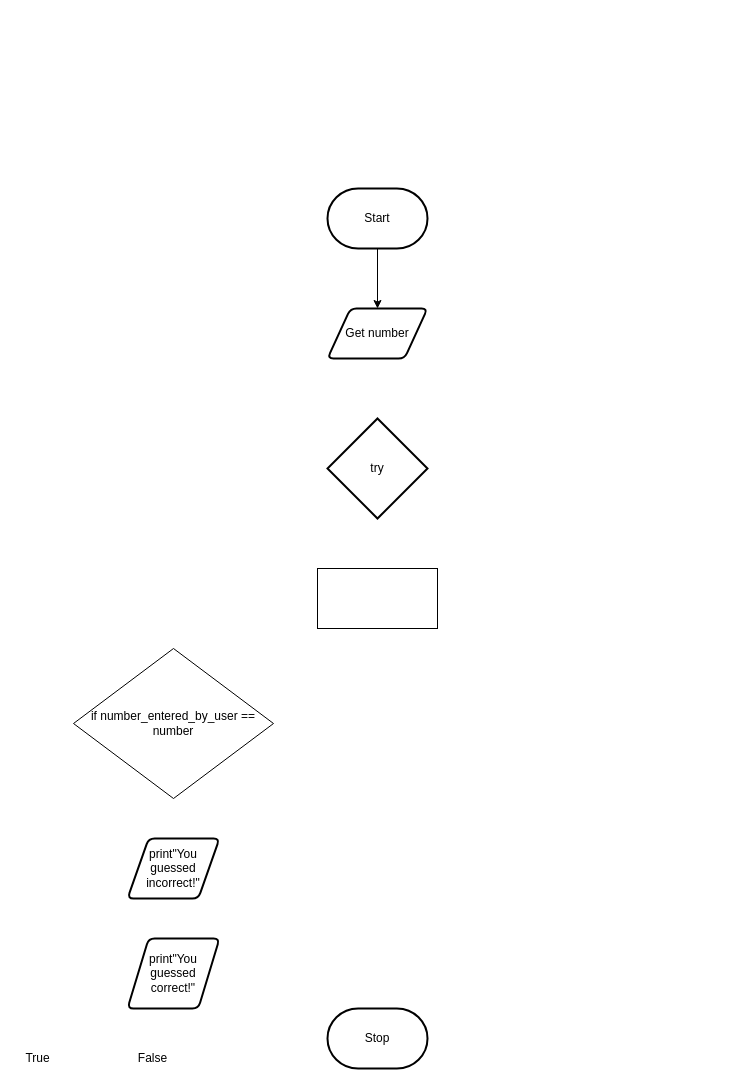
This is flowchart.drawio from michael-clermont1/ICS3U-Unit4-03-Python, a draw.io file, before an edit. Source tidied: cells renumbered, new cells numbered last; positions are measured from the earlier drawing's top-left corner, leaving out a move shared by most shapes. Both pictures are drawn from the tidied source at 100%, with x=0, y=0 at pixel (17, 188).
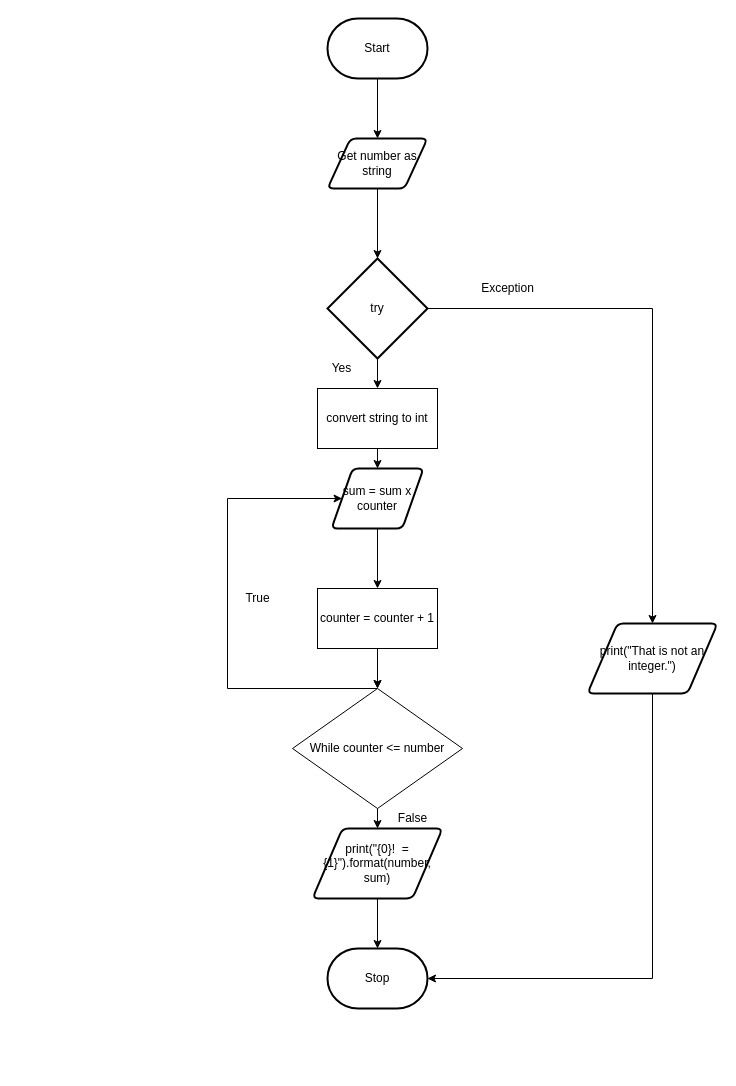
The same diagram, later.

The edit, as a diff of the source:
```diff
@@
+    <mxCell id="13" style="edgeStyle=orthogonalEdgeStyle;rounded=0;html=1;entryX=0.5;entryY=0;entryDx=0;entryDy=0;entryPerimeter=0;" parent="1" edge="1" source="2" target="23">
+      <mxGeometry relative="1" as="geometry" />
+    </mxCell>
-    <mxCell id="2" value="Get number" style="shape=parallelogram;html=1;strokeWidth=2;perimeter=parallelogramPerimeter;whiteSpace=wrap;rounded=1;arcSize=12;size=0.23;" parent="1" vertex="1">
-      <mxGeometry x="310" y="120" width="100" height="50" as="geometry" />
+    <mxCell id="2" value="Get number as string" style="shape=parallelogram;html=1;strokeWidth=2;perimeter=parallelogramPerimeter;whiteSpace=wrap;rounded=1;arcSize=12;size=0.23;" parent="1" vertex="1">
+      <mxGeometry x="310" y="-50" width="100" height="50" as="geometry" />
     </mxCell>
@@
     <mxCell id="4" value="Start" style="strokeWidth=2;html=1;shape=mxgraph.flowchart.terminator;whiteSpace=wrap;" parent="1" vertex="1">
-      <mxGeometry x="310" width="100" height="60" as="geometry" />
+      <mxGeometry x="310" y="-170" width="100" height="60" as="geometry" />
     </mxCell>
     <mxCell id="5" value="Stop" style="strokeWidth=2;html=1;shape=mxgraph.flowchart.terminator;whiteSpace=wrap;" parent="1" vertex="1">
-      <mxGeometry x="310" y="820" width="100" height="60" as="geometry" />
+      <mxGeometry x="310" y="760" width="100" height="60" as="geometry" />
     </mxCell>
-    <mxCell id="6" value="print&quot;You guessed correct!&quot;" style="shape=parallelogram;html=1;strokeWidth=2;perimeter=parallelogramPerimeter;whiteSpace=wrap;rounded=1;arcSize=12;size=0.23;" parent="1" vertex="1">
-      <mxGeometry x="110" y="750" width="92" height="70" as="geometry" />
-    </mxCell>
+    <mxCell id="14" style="edgeStyle=none;html=1;entryX=0.5;entryY=0;entryDx=0;entryDy=0;" parent="1" edge="1" source="7" target="11">
+      <mxGeometry relative="1" as="geometry" />
+    </mxCell>
-    <mxCell id="7" value="print&quot;You guessed incorrect!&quot;" style="shape=parallelogram;html=1;strokeWidth=2;perimeter=parallelogramPerimeter;whiteSpace=wrap;rounded=1;arcSize=12;size=0.23;" parent="1" vertex="1">
-      <mxGeometry x="110" y="650" width="92" height="60" as="geometry" />
+    <mxCell id="7" value="sum = sum x counter" style="shape=parallelogram;html=1;strokeWidth=2;perimeter=parallelogramPerimeter;whiteSpace=wrap;rounded=1;arcSize=12;size=0.23;" parent="1" vertex="1">
+      <mxGeometry x="314" y="280" width="92" height="60" as="geometry" />
     </mxCell>
+    <mxCell id="15" style="edgeStyle=orthogonalEdgeStyle;rounded=0;html=1;entryX=0;entryY=0.5;entryDx=0;entryDy=0;" parent="1" edge="1" source="8" target="7">
+      <mxGeometry relative="1" as="geometry">
+        <Array as="points">
+          <mxPoint x="210" y="500" />
+          <mxPoint x="210" y="310" />
+        </Array>
+      </mxGeometry>
+    </mxCell>
+    <mxCell id="16" style="edgeStyle=orthogonalEdgeStyle;rounded=0;html=1;entryX=0.5;entryY=0;entryDx=0;entryDy=0;" parent="1" edge="1" source="8" target="20">
+      <mxGeometry relative="1" as="geometry" />
+    </mxCell>
-    <mxCell id="8" value="&lt;span&gt;if number_entered_by_user == number&lt;/span&gt;" style="rhombus;whiteSpace=wrap;html=1;" parent="1" vertex="1">
-      <mxGeometry x="56" y="460" width="200" height="150" as="geometry" />
+    <mxCell id="8" value="While counter &amp;lt;= number" style="rhombus;whiteSpace=wrap;html=1;" parent="1" vertex="1">
+      <mxGeometry x="275" y="500" width="170" height="120" as="geometry" />
     </mxCell>
     <mxCell id="9" value="False" style="text;html=1;align=center;verticalAlign=middle;fillColor=none;strokeColor=none;rounded=0;" parent="1" vertex="1">
-      <mxGeometry x="110" y="860" width="50" height="20" as="geometry" />
+      <mxGeometry x="370" y="620" width="50" height="20" as="geometry" />
     </mxCell>
     <mxCell id="10" value="True" style="text;html=1;align=center;verticalAlign=middle;fillColor=none;strokeColor=none;rounded=0;" parent="1" vertex="1">
-      <mxGeometry y="860" width="40" height="20" as="geometry" />
+      <mxGeometry x="220" y="400" width="40" height="20" as="geometry" />
     </mxCell>
+    <mxCell id="17" style="edgeStyle=none;html=1;entryX=0.5;entryY=0;entryDx=0;entryDy=0;" parent="1" edge="1" source="11" target="8">
+      <mxGeometry relative="1" as="geometry" />
+    </mxCell>
+    <mxCell id="18" style="edgeStyle=orthogonalEdgeStyle;rounded=0;html=1;" parent="1" edge="1" source="11" target="8">
+      <mxGeometry relative="1" as="geometry" />
+    </mxCell>
-    <mxCell id="11" value="try" style="strokeWidth=2;html=1;shape=mxgraph.flowchart.decision;whiteSpace=wrap;" parent="1" vertex="1">
-      <mxGeometry x="310" y="230" width="100" height="100" as="geometry" />
+    <mxCell id="11" value="counter = counter + 1" style="rounded=0;whiteSpace=wrap;html=1;" parent="1" vertex="1">
+      <mxGeometry x="300" y="400" width="120" height="60" as="geometry" />
     </mxCell>
-    <mxCell id="12" style="rounded=0;whiteSpace=wrap;html=1;" parent="1" vertex="1">
-      <mxGeometry x="300" y="380" width="120" height="60" as="geometry" />
-    </mxCell>
+    <mxCell id="19" style="edgeStyle=orthogonalEdgeStyle;rounded=0;html=1;entryX=0.5;entryY=0;entryDx=0;entryDy=0;entryPerimeter=0;" parent="1" edge="1" source="20" target="5">
+      <mxGeometry relative="1" as="geometry" />
+    </mxCell>
+    <mxCell id="20" value="print(&quot;{0}!&amp;nbsp; = {1}&quot;).format(number, sum)" style="shape=parallelogram;html=1;strokeWidth=2;perimeter=parallelogramPerimeter;whiteSpace=wrap;rounded=1;arcSize=12;size=0.23;" parent="1" vertex="1">
+      <mxGeometry x="295" y="640" width="130" height="70" as="geometry" />
+    </mxCell>
+    <mxCell id="21" style="edgeStyle=orthogonalEdgeStyle;html=1;entryX=0.5;entryY=0;entryDx=0;entryDy=0;rounded=0;" parent="1" edge="1" source="23" target="26">
+      <mxGeometry relative="1" as="geometry" />
+    </mxCell>
+    <mxCell id="22" style="edgeStyle=orthogonalEdgeStyle;rounded=0;html=1;entryX=0.5;entryY=0;entryDx=0;entryDy=0;" parent="1" edge="1" source="23" target="29">
+      <mxGeometry relative="1" as="geometry" />
+    </mxCell>
+    <mxCell id="23" value="try" style="strokeWidth=2;html=1;shape=mxgraph.flowchart.decision;whiteSpace=wrap;" parent="1" vertex="1">
+      <mxGeometry x="310" y="70" width="100" height="100" as="geometry" />
+    </mxCell>
+    <mxCell id="24" value="Yes" style="text;html=1;align=center;verticalAlign=middle;fillColor=none;strokeColor=none;rounded=0;" parent="1" vertex="1">
+      <mxGeometry x="304" y="170" width="40" height="20" as="geometry" />
+    </mxCell>
+    <mxCell id="25" style="edgeStyle=orthogonalEdgeStyle;rounded=0;html=1;entryX=1;entryY=0.5;entryDx=0;entryDy=0;entryPerimeter=0;" parent="1" edge="1" source="26" target="5">
+      <mxGeometry relative="1" as="geometry">
+        <Array as="points">
+          <mxPoint x="635" y="790" />
+        </Array>
+      </mxGeometry>
+    </mxCell>
+    <mxCell id="26" value="print(&quot;That is not an integer.&quot;)" style="shape=parallelogram;html=1;strokeWidth=2;perimeter=parallelogramPerimeter;whiteSpace=wrap;rounded=1;arcSize=12;size=0.23;" parent="1" vertex="1">
+      <mxGeometry x="570" y="435" width="130" height="70" as="geometry" />
+    </mxCell>
+    <mxCell id="27" value="Exception" style="text;html=1;align=center;verticalAlign=middle;fillColor=none;strokeColor=none;rounded=0;" parent="1" vertex="1">
+      <mxGeometry x="455" y="90" width="70" height="20" as="geometry" />
+    </mxCell>
+    <mxCell id="28" style="edgeStyle=orthogonalEdgeStyle;rounded=0;html=1;entryX=0.5;entryY=0;entryDx=0;entryDy=0;" parent="1" edge="1" source="29" target="7">
+      <mxGeometry relative="1" as="geometry" />
+    </mxCell>
+    <mxCell id="29" value="convert string to int" style="rounded=0;whiteSpace=wrap;html=1;" parent="1" vertex="1">
+      <mxGeometry x="300" y="200" width="120" height="60" as="geometry" />
+    </mxCell>
```
